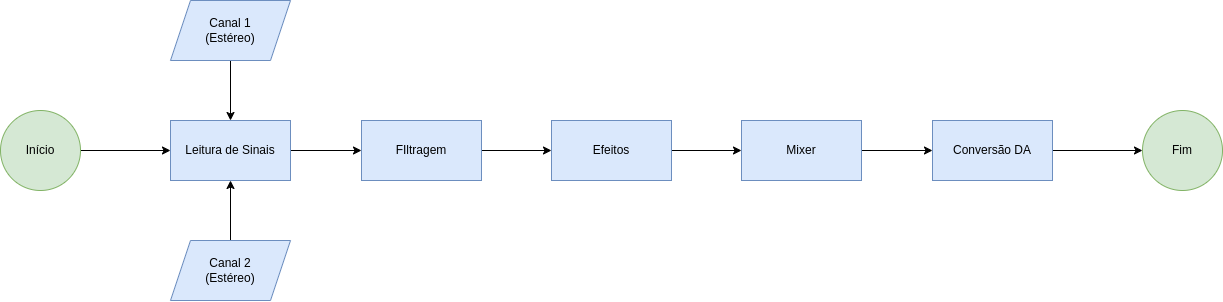
The draw.io diagram graphs/diagrama_subpartes.drawio.png in joselitopradomarques/tcc, before a commit. Source tidied: cells renumbered, new cells last; positions are measured from the earlier drawing's top-left corner, leaving out a move shared by most shapes.
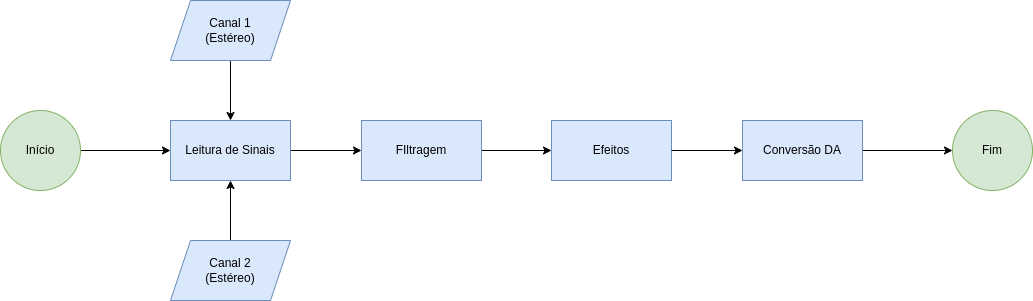
After the change.

What changed in the source:
```diff
@@ -11,26 +11,22 @@
     <mxCell id="4" value="Leitura de Sinais" style="rounded=0;whiteSpace=wrap;html=1;fillColor=#dae8fc;strokeColor=#6c8ebf;" parent="1" vertex="1">
       <mxGeometry x="170" y="120" width="120" height="60" as="geometry" />
     </mxCell>
-    <mxCell id="5" style="edgeStyle=none;html=1;entryX=0;entryY=0.5;entryDx=0;entryDy=0;" parent="1" edge="1" source="6" target="9">
-      <mxGeometry relative="1" as="geometry" />
-    </mxCell>
     <mxCell id="6" value="Efeitos" style="rounded=0;whiteSpace=wrap;html=1;fillColor=#dae8fc;strokeColor=#6c8ebf;" parent="1" vertex="1">
       <mxGeometry x="551" y="120" width="120" height="60" as="geometry" />
     </mxCell>
     <mxCell id="7" value="FIltragem" style="rounded=0;whiteSpace=wrap;html=1;fillColor=#dae8fc;strokeColor=#6c8ebf;" parent="1" vertex="1">
       <mxGeometry x="361" y="120" width="120" height="60" as="geometry" />
     </mxCell>
-    <mxCell id="8" style="edgeStyle=none;html=1;entryX=0;entryY=0.5;entryDx=0;entryDy=0;" parent="1" edge="1" source="9" target="11">
-      <mxGeometry relative="1" as="geometry" />
+    <mxCell id="8" style="edgeStyle=none;html=1;entryX=0;entryY=0.5;entryDx=0;entryDy=0;" parent="1" edge="1" target="11">
+      <mxGeometry relative="1" as="geometry">
+        <mxPoint x="671" y="150" as="sourcePoint" />
+      </mxGeometry>
     </mxCell>
-    <mxCell id="9" value="Mixer" style="rounded=0;whiteSpace=wrap;html=1;fillColor=#dae8fc;strokeColor=#6c8ebf;" parent="1" vertex="1">
-      <mxGeometry x="741" y="120" width="120" height="60" as="geometry" />
-    </mxCell>
     <mxCell id="10" style="edgeStyle=none;html=1;entryX=0;entryY=0.5;entryDx=0;entryDy=0;" parent="1" edge="1" source="11" target="14">
       <mxGeometry relative="1" as="geometry" />
     </mxCell>
     <mxCell id="11" value="Conversão DA" style="rounded=0;whiteSpace=wrap;html=1;fillColor=#dae8fc;strokeColor=#6c8ebf;" parent="1" vertex="1">
-      <mxGeometry x="932" y="120" width="120" height="60" as="geometry" />
+      <mxGeometry x="742" y="120" width="120" height="60" as="geometry" />
     </mxCell>
     <mxCell id="12" style="edgeStyle=none;html=1;" parent="1" edge="1" source="13" target="4">
       <mxGeometry relative="1" as="geometry" />
@@ -39,7 +35,7 @@
       <mxGeometry y="110" width="80" height="80" as="geometry" />
     </mxCell>
     <mxCell id="14" value="Fim" style="ellipse;whiteSpace=wrap;html=1;fillColor=#d5e8d4;strokeColor=#82b366;" parent="1" vertex="1">
-      <mxGeometry x="1142" y="110" width="80" height="80" as="geometry" />
+      <mxGeometry x="952" y="110" width="80" height="80" as="geometry" />
     </mxCell>
     <mxCell id="15" style="edgeStyle=none;html=1;entryX=0.5;entryY=0;entryDx=0;entryDy=0;" parent="1" edge="1" source="16" target="4">
       <mxGeometry relative="1" as="geometry" />
```
